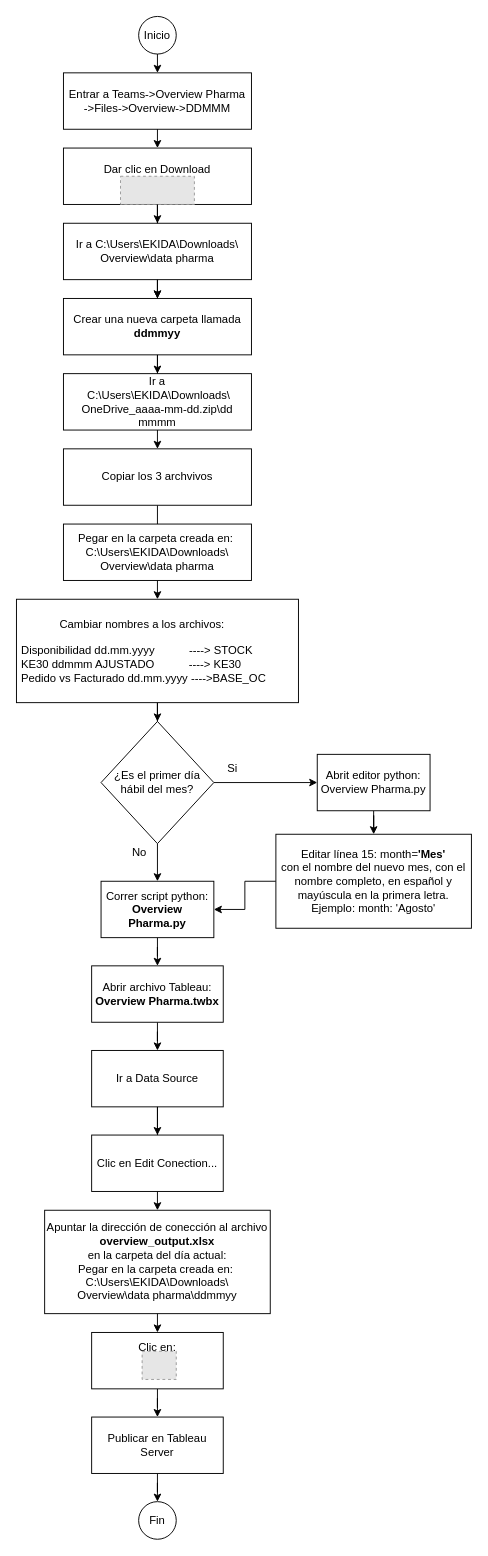
Shanleijest/test keeps this draw.io diagram as PharmaOverview proceso.drawio. Above is the earlier version. Source tidied: cells renumbered, new cells numbered last; positions are measured from the earlier drawing's top-left corner, leaving out a move shared by most shapes. Both pictures are drawn from the tidied source at 94%, with x=0, y=0 at pixel (16, 16). Pictures stored in the file or linked from it are replaced by grey dashed boxes.
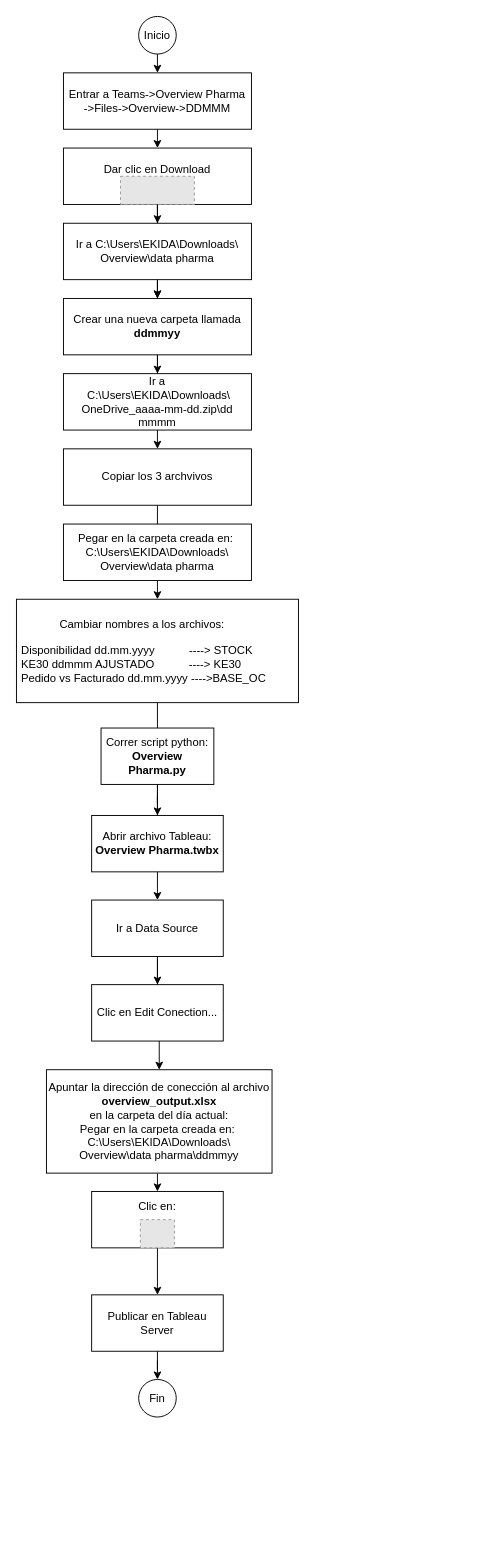
After the change.

Unchanged cells that the change refers to:
```xml
<mxCell id="16" value="&lt;div style=&quot;text-align: center&quot;&gt;&lt;span&gt;Cambiar nombres a los archivos:&lt;/span&gt;&lt;/div&gt;&lt;div style=&quot;text-align: center&quot;&gt;&lt;span&gt;&lt;br&gt;&lt;/span&gt;&lt;/div&gt;&amp;nbsp;Disponibilidad dd.mm.yyyy&amp;nbsp; &amp;nbsp; &amp;nbsp; &amp;nbsp; &amp;nbsp; &amp;nbsp;----&amp;gt; STOCK&lt;br&gt;&amp;nbsp;KE30 ddmmm AJUSTADO&amp;nbsp; &amp;nbsp; &amp;nbsp; &amp;nbsp; &amp;nbsp; &amp;nbsp;----&amp;gt; KE30&lt;br&gt;&amp;nbsp;Pedido vs Facturado dd.mm.yyyy ----&amp;gt;BASE_OC" style="rounded=0;whiteSpace=wrap;html=1;align=left;" parent="1" vertex="1">
  <mxGeometry y="620" width="300" height="110" as="geometry" />
</mxCell>
```

What changed in the source:
```diff
@@
-    <mxCell id="15" style="edgeStyle=orthogonalEdgeStyle;rounded=0;jettySize=auto;html=1;" parent="1" edge="1" source="16" target="19">
+    <mxCell id="15" style="edgeStyle=orthogonalEdgeStyle;rounded=0;jettySize=auto;html=1;entryX=0.5;entryY=0;entryDx=0;entryDy=0;" parent="1" edge="1" source="16" target="35">
       <mxGeometry relative="1" as="geometry" />
     </mxCell>
@@
-    <mxCell id="17" style="edgeStyle=orthogonalEdgeStyle;rounded=0;jettySize=auto;html=1;" parent="1" edge="1" source="19" target="23">
-      <mxGeometry relative="1" as="geometry" />
-    </mxCell>
-    <mxCell id="18" style="edgeStyle=orthogonalEdgeStyle;rounded=0;jettySize=auto;html=1;" parent="1" edge="1" source="19" target="29">
-      <mxGeometry relative="1" as="geometry" />
-    </mxCell>
-    <mxCell id="19" value="¿Es el primer día hábil del mes?" style="rhombus;whiteSpace=wrap;html=1;" parent="1" vertex="1">
-      <mxGeometry x="90" y="750" width="120" height="130" as="geometry" />
-    </mxCell>
-    <mxCell id="20" value="No" style="text;html=1;strokeColor=none;fillColor=none;align=center;verticalAlign=middle;whiteSpace=wrap;rounded=0;" parent="1" vertex="1">
-      <mxGeometry x="110.7" y="880" width="40" height="20" as="geometry" />
-    </mxCell>
-    <mxCell id="21" value="Si" style="text;html=1;strokeColor=none;fillColor=none;align=center;verticalAlign=middle;whiteSpace=wrap;rounded=0;" parent="1" vertex="1">
-      <mxGeometry x="210" y="790" width="40" height="20" as="geometry" />
-    </mxCell>
@@
     <mxCell id="23" value="Correr script python:&lt;br&gt;&lt;b&gt;Overview Pharma.py&lt;/b&gt;" style="rounded=0;whiteSpace=wrap;html=1;" parent="1" vertex="1">
-      <mxGeometry x="90" y="920" width="120" height="60" as="geometry" />
+      <mxGeometry x="90" y="757" width="120" height="60" as="geometry" />
     </mxCell>
-    <mxCell id="24" style="edgeStyle=orthogonalEdgeStyle;rounded=0;jettySize=auto;html=1;" parent="1" edge="1" source="25" target="35">
-      <mxGeometry relative="1" as="geometry" />
-    </mxCell>
     <mxCell id="25" value="Abrir archivo Tableau:&lt;br&gt;&lt;b&gt;Overview Pharma.twbx&lt;/b&gt;" style="rounded=0;whiteSpace=wrap;html=1;" parent="1" vertex="1">
-      <mxGeometry x="80" y="1010" width="140" height="60" as="geometry" />
+      <mxGeometry x="80" y="850" width="140" height="60" as="geometry" />
     </mxCell>
-    <mxCell id="26" style="edgeStyle=orthogonalEdgeStyle;rounded=0;jettySize=auto;html=1;" parent="1" edge="1" source="27" target="23">
-      <mxGeometry relative="1" as="geometry" />
-    </mxCell>
-    <mxCell id="27" value="Editar línea 15: month=&lt;b&gt;'Mes'&lt;/b&gt;&lt;br&gt;con el nombre del nuevo mes, con el nombre completo, en español y mayúscula en la primera letra.&lt;br&gt;Ejemplo: month: 'Agosto'" style="rounded=0;whiteSpace=wrap;html=1;" parent="1" vertex="1">
-      <mxGeometry x="276" y="870" width="208" height="100" as="geometry" />
-    </mxCell>
-    <mxCell id="28" style="edgeStyle=orthogonalEdgeStyle;rounded=0;jettySize=auto;html=1;" parent="1" edge="1" source="29" target="27">
-      <mxGeometry relative="1" as="geometry" />
-    </mxCell>
-    <mxCell id="29" value="Abrit editor python:&lt;br&gt;Overview Pharma.py" style="rounded=0;whiteSpace=wrap;html=1;" parent="1" vertex="1">
-      <mxGeometry x="320" y="785" width="120" height="60" as="geometry" />
-    </mxCell>
@@
     <mxCell id="35" value="Ir a Data Source" style="rounded=0;whiteSpace=wrap;html=1;" parent="1" vertex="1">
-      <mxGeometry x="80" y="1100" width="140" height="60" as="geometry" />
+      <mxGeometry x="80" y="940" width="140" height="60" as="geometry" />
     </mxCell>
     <mxCell id="36" value="Clic en Edit Conection..." style="rounded=0;whiteSpace=wrap;html=1;" parent="1" vertex="1">
-      <mxGeometry x="80" y="1190" width="140" height="60" as="geometry" />
+      <mxGeometry x="80" y="1030" width="140" height="60" as="geometry" />
     </mxCell>
     <mxCell id="37" value="Apuntar la dirección de conección al archivo &lt;b&gt;overview_output.xlsx&lt;/b&gt;&lt;br&gt;en la carpeta del día actual:&lt;br&gt;Pegar en la carpeta creada en:&amp;nbsp; C:\Users\EKIDA\Downloads\&lt;br&gt;Overview\data pharma\ddmmyy" style="rounded=0;whiteSpace=wrap;html=1;" parent="1" vertex="1">
-      <mxGeometry x="30" y="1270" width="240" height="110" as="geometry" />
+      <mxGeometry x="31.9" y="1120.5" width="240" height="110" as="geometry" />
     </mxCell>
@@
     <mxCell id="39" value="Clic en:&lt;br&gt;&lt;br&gt;&lt;br&gt;" style="rounded=0;whiteSpace=wrap;html=1;" parent="1" vertex="1">
-      <mxGeometry x="80" y="1400" width="140" height="60" as="geometry" />
+      <mxGeometry x="80" y="1250" width="140" height="60" as="geometry" />
     </mxCell>
     <mxCell id="40" style="fillColor=#E6E6E6;strokeColor=#999999;dashed=1;verticalLabelPosition=bottom;labelBackgroundColor=#ffffff;verticalAlign=top;" parent="1" vertex="1">
-      <mxGeometry x="133.7" y="1420" width="36.3" height="30" as="geometry" />
+      <mxGeometry x="131.8" y="1280" width="36.3" height="30" as="geometry" />
     </mxCell>
-    <mxCell id="41" style="endArrow=classic;html=1;exitX=0.5;exitY=1;exitDx=0;exitDy=0;" parent="1" edge="1" source="35">
-      <mxGeometry relative="1" as="geometry">
-        <mxPoint x="150" y="1190" as="targetPoint" />
-      </mxGeometry>
+    <mxCell id="41" style="endArrow=classic;html=1;exitX=0.5;exitY=1;exitDx=0;exitDy=0;entryX=0.5;entryY=0;entryDx=0;entryDy=0;" parent="1" edge="1" source="35" target="36">
+      <mxGeometry relative="1" as="geometry" />
     </mxCell>
-    <mxCell id="42" style="endArrow=classic;html=1;exitX=0.5;exitY=1;exitDx=0;exitDy=0;entryX=0.5;entryY=0;entryDx=0;entryDy=0;" parent="1" edge="1" source="37" target="39">
-      <mxGeometry relative="1" as="geometry" />
+    <mxCell id="42" style="endArrow=classic;html=1;entryX=0.5;entryY=0;entryDx=0;entryDy=0;" parent="1" edge="1" target="39">
+      <mxGeometry relative="1" as="geometry">
+        <mxPoint x="150" y="1231" as="sourcePoint" />
+      </mxGeometry>
     </mxCell>
@@
     <mxCell id="44" value="Publicar en Tableau Server" style="rounded=0;whiteSpace=wrap;html=1;" parent="1" vertex="1">
-      <mxGeometry x="80" y="1490" width="140" height="60" as="geometry" />
+      <mxGeometry x="80" y="1360" width="140" height="60" as="geometry" />
     </mxCell>
     <mxCell id="45" value="Fin" style="ellipse;whiteSpace=wrap;html=1;" parent="1" vertex="1">
-      <mxGeometry x="130" y="1580" width="40" height="40" as="geometry" />
+      <mxGeometry x="130" y="1450" width="40" height="40" as="geometry" />
     </mxCell>
```
